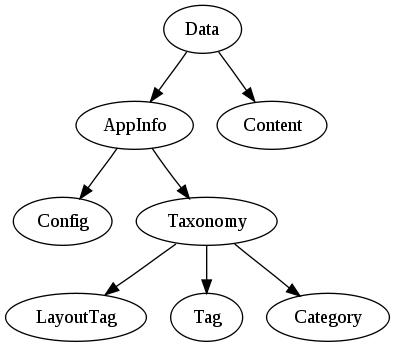
Earlier version of the Graphviz export type_hierarchy.png (ruoso/bronze). Its source is kept beside it as type_hierarchy.dot. Its diagram source:
```dot
digraph "Type Hierarchy" {
        shape=Box;
        Data -> AppInfo;
        Data -> Content;
        AppInfo -> Config;
        AppInfo -> Taxonomy;
        Taxonomy -> LayoutTag;
        Taxonomy -> Tag;
        Taxonomy -> Category;
}
```
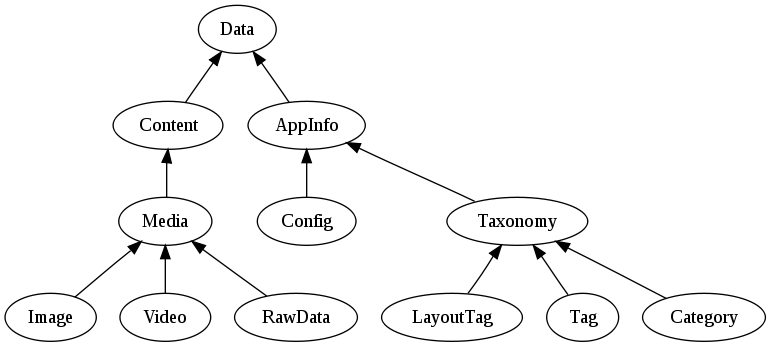
The same file after the commit.

Commit message:
more definitions on the type hierarchy

What changed in the source:
```diff
@@ -1,10 +1,14 @@
 digraph "Type Hierarchy" {
-        shape=Box;
-        Data -> AppInfo;
-        Data -> Content;
-        AppInfo -> Config;
-        AppInfo -> Taxonomy;
-        Taxonomy -> LayoutTag;
-        Taxonomy -> Tag;
-        Taxonomy -> Category;
+        rankdir=BT;
+        AppInfo   -> Data;
+        Content   -> Data;
+        Config    -> AppInfo;
+        Taxonomy  -> AppInfo;
+        LayoutTag -> Taxonomy;
+        Tag       -> Taxonomy;
+        Category  -> Taxonomy;
+        Media     -> Content;
+        Image     -> Media;
+        Video     -> Media;
+        RawData   -> Media;
 }
```
